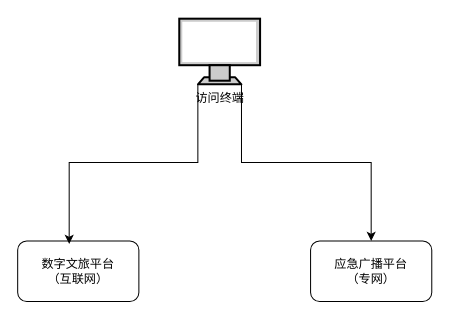
The draw.io diagram 应急广播平台.drawio in z-cloud-z/draw, before the edit. Source tidied: cells renumbered, new cells numbered last; positions are measured from the earlier drawing's top-left corner, leaving out a move shared by most shapes. Both pictures are drawn from the tidied source at 101%, with x=0, y=0 at pixel (17, 18).
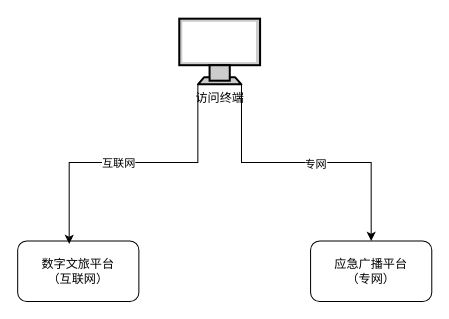
Above is the later version.

Commit message (it also covers changes not shown here):
更新应急广播平台.drawio

The edit, as a diff of the source:
```diff
@@
 <mxGraphModel>
   <root>
     <mxCell id="0" />
     <mxCell id="1" parent="0" />
     <mxCell id="2" value="数字文旅平台&lt;br&gt;（互联网）" style="rounded=1;whiteSpace=wrap;html=1;" parent="1" vertex="1">
       <mxGeometry y="220" width="120" height="60" as="geometry" />
     </mxCell>
     <mxCell id="3" value="应急广播平台&lt;div&gt;（专网）&lt;/div&gt;" style="rounded=1;whiteSpace=wrap;html=1;" parent="1" vertex="1">
       <mxGeometry x="290" y="220" width="120" height="60" as="geometry" />
     </mxCell>
     <mxCell id="4" style="edgeStyle=orthogonalEdgeStyle;rounded=0;jettySize=auto;html=1;entryX=0.5;entryY=0;entryDx=0;entryDy=0;exitX=0.77;exitY=1;exitDx=0;exitDy=0;exitPerimeter=0;" parent="1" edge="1" source="5" target="3">
       <mxGeometry relative="1" as="geometry" />
     </mxCell>
+    <mxCell id="7" value="专网" style="edgeLabel;html=1;align=center;verticalAlign=middle;" parent="4" vertex="1">
+      <mxGeometry x="0.06" relative="1" as="geometry">
+        <mxPoint y="1" as="offset" />
+      </mxGeometry>
+    </mxCell>
     <mxCell id="5" value="访问终端" style="fontColor=#000000;verticalAlign=top;verticalLabelPosition=bottom;labelPosition=center;align=center;html=1;outlineConnect=0;fillColor=#CCCCCC;strokeColor=#000000;gradientColor=none;gradientDirection=north;strokeWidth=2;shape=mxgraph.networks.monitor;" parent="1" vertex="1">
       <mxGeometry x="160" width="80" height="65" as="geometry" />
     </mxCell>
     <mxCell id="6" style="edgeStyle=orthogonalEdgeStyle;rounded=0;jettySize=auto;html=1;entryX=0.425;entryY=0.05;entryDx=0;entryDy=0;entryPerimeter=0;exitX=0.23;exitY=1;exitDx=0;exitDy=0;exitPerimeter=0;" parent="1" edge="1" source="5" target="2">
       <mxGeometry relative="1" as="geometry" />
     </mxCell>
+    <mxCell id="8" value="互联网" style="edgeLabel;html=1;align=center;verticalAlign=middle;" parent="6" vertex="1">
+      <mxGeometry x="0.09" y="-1" relative="1" as="geometry">
+        <mxPoint y="1" as="offset" />
+      </mxGeometry>
+    </mxCell>
   </root>
 </mxGraphModel>
```
